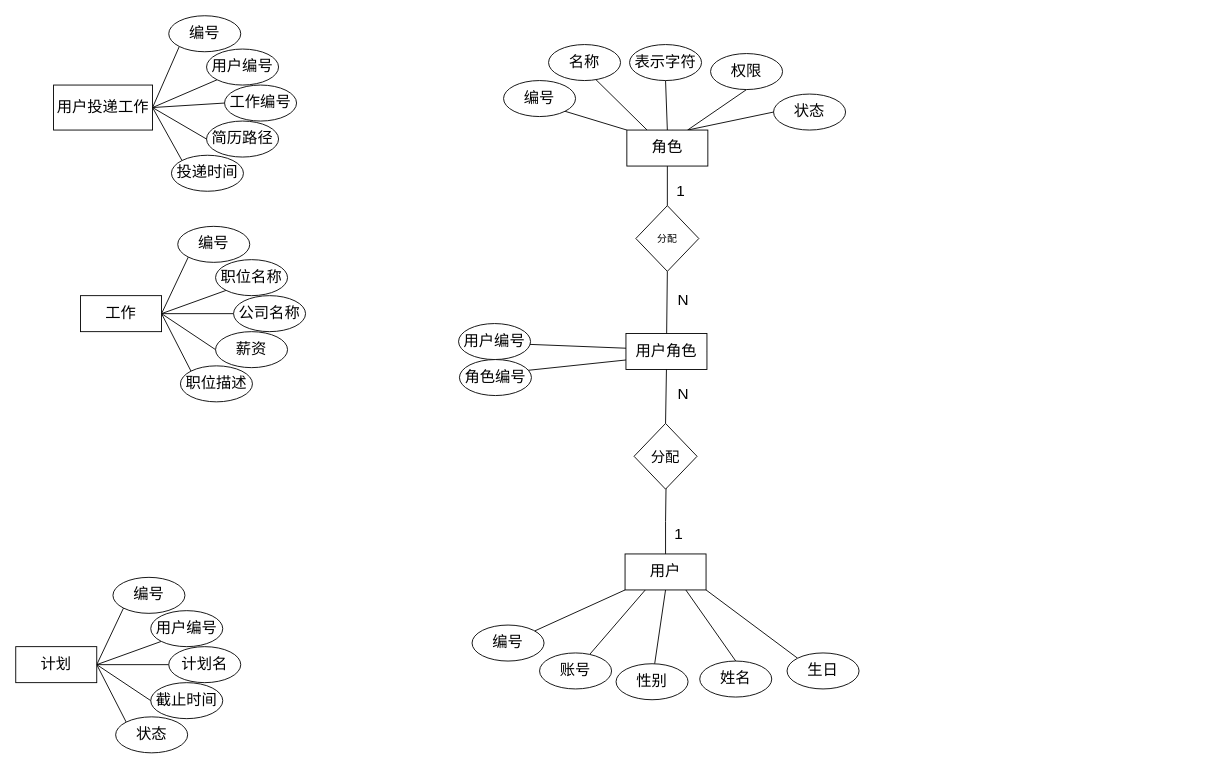
Earlier version of the draw.io diagram img/整体ER图.drawio (FlowerSea-Lu/iCareer). Source tidied: cells renumbered, new cells numbered last; positions are measured from the earlier drawing's top-left corner, leaving out a move shared by most shapes. Both pictures are drawn from the tidied source at 90%, with x=0, y=0 at pixel (15, 15).
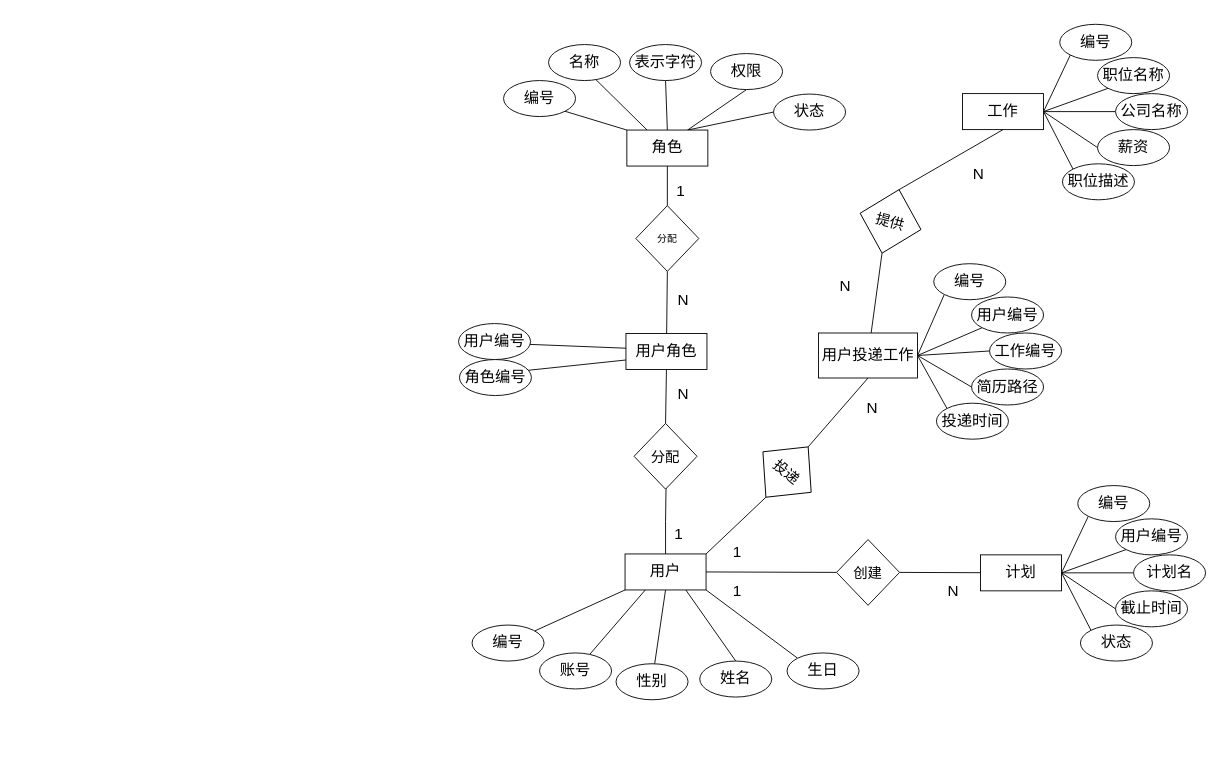
Above is the later version.

Commit message (it also covers changes not shown here):
更新整体ER图.drawio

The change refers to these unchanged cells:
```xml
<mxCell id="30" value="用户" style="rounded=0;whiteSpace=wrap;html=1;fontSize=17;fontStyle=0;direction=east;" parent="1" vertex="1">
  <mxGeometry x="677" y="598" width="90" height="40" as="geometry" />
</mxCell>
```

The edit, as a diff of the source:
```diff
@@
     <mxCell id="7" value="用户投递工作" style="rounded=0;whiteSpace=wrap;html=1;fontSize=17;fontStyle=0;" parent="1" vertex="1">
-      <mxGeometry x="42" y="77" width="110" height="50" as="geometry" />
+      <mxGeometry x="892" y="352.5" width="110" height="50" as="geometry" />
     </mxCell>
     <mxCell id="8" value="编号" style="ellipse;whiteSpace=wrap;html=1;fontSize=17;fontStyle=0;" parent="1" vertex="1">
-      <mxGeometry x="170" width="80" height="40" as="geometry" />
+      <mxGeometry x="1020" y="275.5" width="80" height="40" as="geometry" />
     </mxCell>
     <mxCell id="9" value="用户编号" style="ellipse;whiteSpace=wrap;html=1;fontSize=17;fontStyle=0;" parent="1" vertex="1">
-      <mxGeometry x="212" y="37" width="80" height="40" as="geometry" />
+      <mxGeometry x="1062" y="312.5" width="80" height="40" as="geometry" />
     </mxCell>
     <mxCell id="10" value="工作编号" style="ellipse;whiteSpace=wrap;html=1;fontSize=17;fontStyle=0;" parent="1" vertex="1">
-      <mxGeometry x="232" y="77" width="80" height="40" as="geometry" />
+      <mxGeometry x="1082" y="352.5" width="80" height="40" as="geometry" />
     </mxCell>
     <mxCell id="11" value="简历路径" style="ellipse;whiteSpace=wrap;html=1;fontSize=17;fontStyle=0;" parent="1" vertex="1">
-      <mxGeometry x="212" y="117" width="80" height="40" as="geometry" />
+      <mxGeometry x="1062" y="392.5" width="80" height="40" as="geometry" />
     </mxCell>
     <mxCell id="12" value="投递时间" style="ellipse;whiteSpace=wrap;html=1;fontSize=17;fontStyle=0;" parent="1" vertex="1">
-      <mxGeometry x="173" y="155" width="80" height="40" as="geometry" />
+      <mxGeometry x="1023" y="430.5" width="80" height="40" as="geometry" />
     </mxCell>
@@
     <mxCell id="18" value="工作" style="rounded=0;whiteSpace=wrap;html=1;fontSize=17;fontStyle=0;" parent="1" vertex="1">
-      <mxGeometry x="72" y="311" width="90" height="40" as="geometry" />
+      <mxGeometry x="1052" y="86.5" width="90" height="40" as="geometry" />
     </mxCell>
     <mxCell id="19" value="编号" style="ellipse;whiteSpace=wrap;html=1;fontSize=17;fontStyle=0;" parent="1" vertex="1">
-      <mxGeometry x="180" y="234" width="80" height="40" as="geometry" />
+      <mxGeometry x="1160" y="9.5" width="80" height="40" as="geometry" />
     </mxCell>
     <mxCell id="20" value="职位名称" style="ellipse;whiteSpace=wrap;html=1;fontSize=17;fontStyle=0;" parent="1" vertex="1">
-      <mxGeometry x="222" y="271" width="80" height="40" as="geometry" />
+      <mxGeometry x="1202" y="46.5" width="80" height="40" as="geometry" />
     </mxCell>
     <mxCell id="21" value="公司名称" style="ellipse;whiteSpace=wrap;html=1;fontSize=17;fontStyle=0;" parent="1" vertex="1">
-      <mxGeometry x="242" y="311" width="80" height="40" as="geometry" />
+      <mxGeometry x="1222" y="86.5" width="80" height="40" as="geometry" />
     </mxCell>
     <mxCell id="22" value="薪资" style="ellipse;whiteSpace=wrap;html=1;fontSize=17;fontStyle=0;" parent="1" vertex="1">
-      <mxGeometry x="222" y="351" width="80" height="40" as="geometry" />
+      <mxGeometry x="1202" y="126.5" width="80" height="40" as="geometry" />
     </mxCell>
     <mxCell id="23" value="职位描述" style="ellipse;whiteSpace=wrap;html=1;fontSize=17;fontStyle=0;" parent="1" vertex="1">
-      <mxGeometry x="183" y="389" width="80" height="40" as="geometry" />
+      <mxGeometry x="1163" y="164.5" width="80" height="40" as="geometry" />
     </mxCell>
@@
+    <mxCell id="72" style="shape=connector;rounded=0;jettySize=auto;html=1;exitX=1;exitY=0.5;exitDx=0;exitDy=0;entryX=0;entryY=0.5;entryDx=0;entryDy=0;labelBackgroundColor=default;strokeColor=default;fontFamily=Helvetica;fontSize=11;fontColor=default;endArrow=none;endFill=0;" parent="1" edge="1" source="30" target="75">
+      <mxGeometry relative="1" as="geometry" />
+    </mxCell>
+    <mxCell id="73" style="shape=connector;rounded=0;jettySize=auto;html=1;exitX=1;exitY=0;exitDx=0;exitDy=0;entryX=0.5;entryY=1;entryDx=0;entryDy=0;labelBackgroundColor=default;strokeColor=default;fontFamily=Helvetica;fontSize=11;fontColor=default;endArrow=none;endFill=0;" parent="1" edge="1" source="30" target="79">
+      <mxGeometry relative="1" as="geometry" />
+    </mxCell>
@@
     <mxCell id="53" value="计划" style="rounded=0;whiteSpace=wrap;html=1;fontSize=17;fontStyle=0;" parent="1" vertex="1">
-      <mxGeometry y="701" width="90" height="40" as="geometry" />
+      <mxGeometry x="1072" y="599" width="90" height="40" as="geometry" />
     </mxCell>
     <mxCell id="54" value="编号" style="ellipse;whiteSpace=wrap;html=1;fontSize=17;fontStyle=0;" parent="1" vertex="1">
-      <mxGeometry x="108" y="624" width="80" height="40" as="geometry" />
+      <mxGeometry x="1180" y="522" width="80" height="40" as="geometry" />
     </mxCell>
     <mxCell id="55" value="用户编号" style="ellipse;whiteSpace=wrap;html=1;fontSize=17;fontStyle=0;" parent="1" vertex="1">
-      <mxGeometry x="150" y="661" width="80" height="40" as="geometry" />
+      <mxGeometry x="1222" y="559" width="80" height="40" as="geometry" />
     </mxCell>
     <mxCell id="56" value="计划名" style="ellipse;whiteSpace=wrap;html=1;fontSize=17;fontStyle=0;" parent="1" vertex="1">
-      <mxGeometry x="170" y="701" width="80" height="40" as="geometry" />
+      <mxGeometry x="1242" y="599" width="80" height="40" as="geometry" />
     </mxCell>
     <mxCell id="57" value="截止时间" style="ellipse;whiteSpace=wrap;html=1;fontSize=17;fontStyle=0;" parent="1" vertex="1">
-      <mxGeometry x="150" y="741" width="80" height="40" as="geometry" />
+      <mxGeometry x="1222" y="639" width="80" height="40" as="geometry" />
     </mxCell>
     <mxCell id="58" value="状态" style="ellipse;whiteSpace=wrap;html=1;fontSize=17;fontStyle=0;" parent="1" vertex="1">
-      <mxGeometry x="111" y="779" width="80" height="40" as="geometry" />
+      <mxGeometry x="1183" y="677" width="80" height="40" as="geometry" />
     </mxCell>
@@
+    <mxCell id="74" style="shape=connector;rounded=0;jettySize=auto;html=1;exitX=1;exitY=0.5;exitDx=0;exitDy=0;labelBackgroundColor=default;strokeColor=default;fontFamily=Helvetica;fontSize=11;fontColor=default;endArrow=none;endFill=0;" parent="1" edge="1" source="75" target="53">
+      <mxGeometry relative="1" as="geometry" />
+    </mxCell>
+    <mxCell id="75" value="创建" style="rhombus;whiteSpace=wrap;html=1;fontFamily=Helvetica;fontSize=16;fontColor=default;" parent="1" vertex="1">
+      <mxGeometry x="912" y="582" width="70" height="73" as="geometry" />
+    </mxCell>
+    <mxCell id="76" value="1" style="text;html=1;strokeColor=none;fillColor=none;align=center;verticalAlign=middle;whiteSpace=wrap;rounded=0;fontSize=17;fontFamily=Helvetica;fontColor=default;fontStyle=0;" parent="1" vertex="1">
+      <mxGeometry x="772" y="625" width="60" height="30" as="geometry" />
+    </mxCell>
+    <mxCell id="77" value="N" style="text;html=1;strokeColor=none;fillColor=none;align=center;verticalAlign=middle;whiteSpace=wrap;rounded=0;fontSize=17;fontFamily=Helvetica;fontColor=default;fontStyle=0;" parent="1" vertex="1">
+      <mxGeometry x="1012" y="625" width="60" height="30" as="geometry" />
+    </mxCell>
+    <mxCell id="78" style="shape=connector;rounded=0;jettySize=auto;html=1;exitX=0.5;exitY=0;exitDx=0;exitDy=0;entryX=0.5;entryY=1;entryDx=0;entryDy=0;labelBackgroundColor=default;strokeColor=default;fontFamily=Helvetica;fontSize=11;fontColor=default;endArrow=none;endFill=0;" parent="1" edge="1" source="79" target="7">
+      <mxGeometry relative="1" as="geometry" />
+    </mxCell>
+    <mxCell id="79" value="投递" style="rhombus;whiteSpace=wrap;html=1;fontFamily=Helvetica;fontSize=16;fontColor=default;rotation=40;" parent="1" vertex="1">
+      <mxGeometry x="822" y="470.5" width="70" height="73" as="geometry" />
+    </mxCell>
+    <mxCell id="80" value="1" style="text;html=1;strokeColor=none;fillColor=none;align=center;verticalAlign=middle;whiteSpace=wrap;rounded=0;fontSize=17;fontFamily=Helvetica;fontColor=default;fontStyle=0;" parent="1" vertex="1">
+      <mxGeometry x="772" y="582" width="60" height="30" as="geometry" />
+    </mxCell>
+    <mxCell id="81" value="N" style="text;html=1;strokeColor=none;fillColor=none;align=center;verticalAlign=middle;whiteSpace=wrap;rounded=0;fontSize=17;fontFamily=Helvetica;fontColor=default;fontStyle=0;" parent="1" vertex="1">
+      <mxGeometry x="922" y="422" width="60" height="30" as="geometry" />
+    </mxCell>
+    <mxCell id="82" style="shape=connector;rounded=0;jettySize=auto;html=1;exitX=0.5;exitY=1;exitDx=0;exitDy=0;labelBackgroundColor=default;strokeColor=default;fontFamily=Helvetica;fontSize=11;fontColor=default;endArrow=none;endFill=0;" parent="1" edge="1" source="84" target="7">
+      <mxGeometry relative="1" as="geometry" />
+    </mxCell>
+    <mxCell id="83" style="shape=connector;rounded=0;jettySize=auto;html=1;exitX=0.5;exitY=0;exitDx=0;exitDy=0;entryX=0.5;entryY=1;entryDx=0;entryDy=0;labelBackgroundColor=default;strokeColor=default;fontFamily=Helvetica;fontSize=11;fontColor=default;endArrow=none;endFill=0;" parent="1" edge="1" source="84" target="18">
+      <mxGeometry relative="1" as="geometry" />
+    </mxCell>
+    <mxCell id="84" value="提供" style="rhombus;whiteSpace=wrap;html=1;fontFamily=Helvetica;fontSize=16;fontColor=default;rotation=15;" parent="1" vertex="1">
+      <mxGeometry x="937" y="192" width="70" height="73" as="geometry" />
+    </mxCell>
+    <mxCell id="85" value="N" style="text;html=1;strokeColor=none;fillColor=none;align=center;verticalAlign=middle;whiteSpace=wrap;rounded=0;fontSize=17;fontFamily=Helvetica;fontColor=default;fontStyle=0;" parent="1" vertex="1">
+      <mxGeometry x="1040" y="162" width="60" height="30" as="geometry" />
+    </mxCell>
+    <mxCell id="86" value="N" style="text;html=1;strokeColor=none;fillColor=none;align=center;verticalAlign=middle;whiteSpace=wrap;rounded=0;fontSize=17;fontFamily=Helvetica;fontColor=default;fontStyle=0;" parent="1" vertex="1">
+      <mxGeometry x="892" y="285.5" width="60" height="30" as="geometry" />
+    </mxCell>
```
